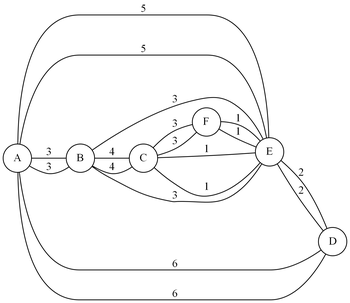
The Graphviz diagram [EDD]Proyecto_2/Rutas.png in SevenPok/Proyecto_2_EDD, before a commit. Its source is kept beside it as [EDD]Proyecto_2/Rutas.dot.
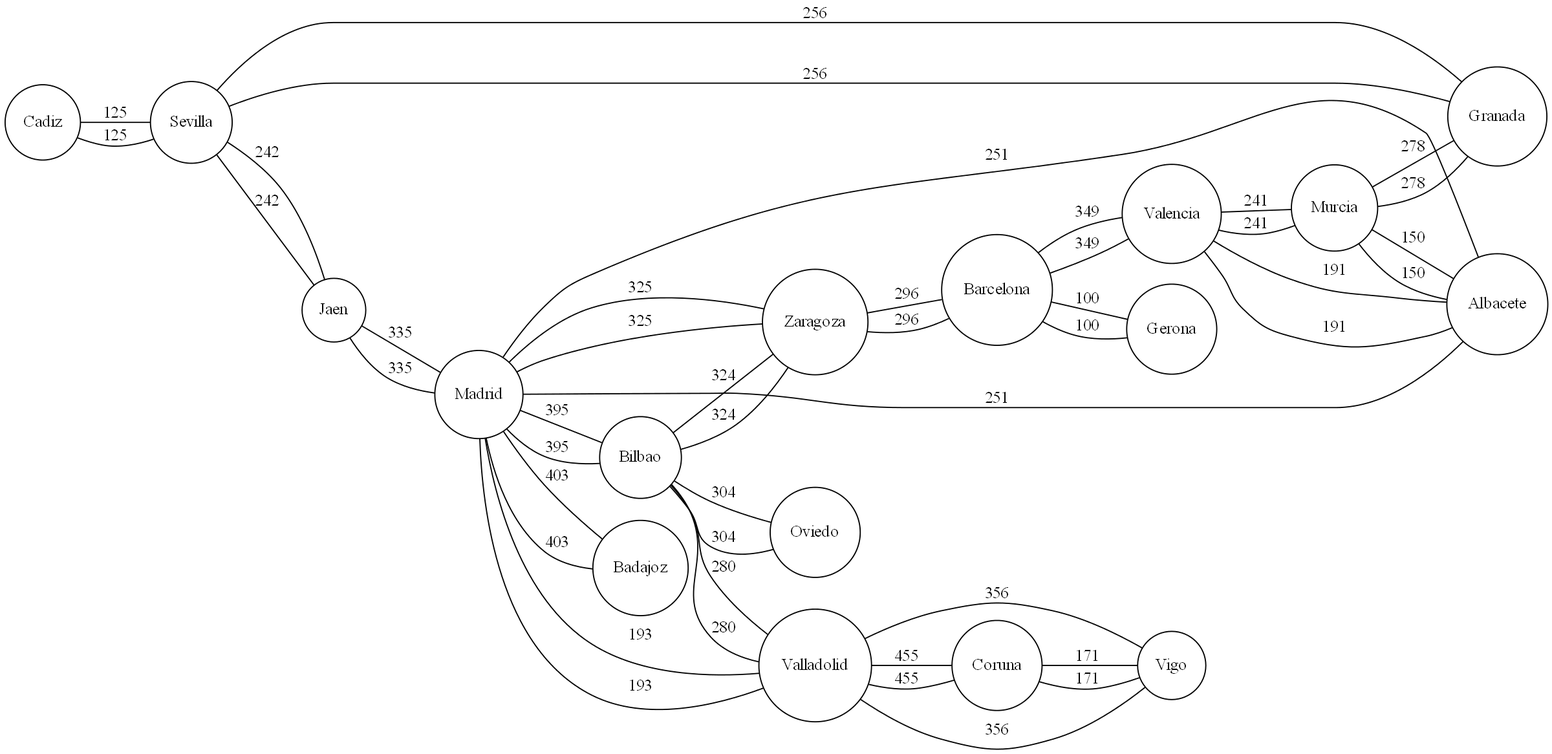
After the commit.

What changed in the source:
```diff
@@ -3,30 +3,67 @@
 graph [ dpi = 300 ];
 rankdir=LR size="8,5"
 	node [shape=circle]
-"A"
-"A"->"B"[dir=none label="3"]
-"A"->"D"[dir=none label="6"]
-"A"->"E"[dir=none label="5"]
-"B"
-"B"->"A"[dir=none label="3"]
-"B"->"C"[dir=none label="4"]
-"B"->"E"[dir=none label="3"]
-"D"
-"D"->"A"[dir=none label="6"]
-"D"->"E"[dir=none label="2"]
-"E"
-"E"->"A"[dir=none label="5"]
-"E"->"B"[dir=none label="3"]
-"E"->"C"[dir=none label="1"]
-"E"->"F"[dir=none label="1"]
-"E"->"D"[dir=none label="2"]
-"C"
-"C"->"B"[dir=none label="4"]
-"C"->"F"[dir=none label="3"]
-"C"->"E"[dir=none label="1"]
-"F"
-"F"->"C"[dir=none label="3"]
-"F"->"E"[dir=none label="1"]
+"Cadiz"
+"Cadiz"->"Sevilla"[dir=none label="125"]
+"Sevilla"
+"Sevilla"->"Cadiz"[dir=none label="125"]
+"Sevilla"->"Granada"[dir=none label="256"]
+"Sevilla"->"Jaen"[dir=none label="242"]
+"Granada"
+"Granada"->"Sevilla"[dir=none label="256"]
+"Granada"->"Murcia"[dir=none label="278"]
+"Jaen"
+"Jaen"->"Sevilla"[dir=none label="242"]
+"Jaen"->"Madrid"[dir=none label="335"]
+"Murcia"
+"Murcia"->"Granada"[dir=none label="278"]
+"Murcia"->"Valencia"[dir=none label="241"]
+"Murcia"->"Albacete"[dir=none label="150"]
+"Madrid"
+"Madrid"->"Jaen"[dir=none label="335"]
+"Madrid"->"Albacete"[dir=none label="251"]
+"Madrid"->"Zaragoza"[dir=none label="325"]
+"Madrid"->"Badajoz"[dir=none label="403"]
+"Madrid"->"Valladolid"[dir=none label="193"]
+"Madrid"->"Bilbao"[dir=none label="395"]
+"Valencia"
+"Valencia"->"Murcia"[dir=none label="241"]
+"Valencia"->"Albacete"[dir=none label="191"]
+"Valencia"->"Barcelona"[dir=none label="349"]
+"Albacete"
+"Albacete"->"Murcia"[dir=none label="150"]
+"Albacete"->"Valencia"[dir=none label="191"]
+"Albacete"->"Madrid"[dir=none label="251"]
+"Barcelona"
+"Barcelona"->"Valencia"[dir=none label="349"]
+"Barcelona"->"Gerona"[dir=none label="100"]
+"Barcelona"->"Zaragoza"[dir=none label="296"]
+"Gerona"
+"Gerona"->"Barcelona"[dir=none label="100"]
+"Zaragoza"
+"Zaragoza"->"Barcelona"[dir=none label="296"]
+"Zaragoza"->"Madrid"[dir=none label="325"]
+"Zaragoza"->"Bilbao"[dir=none label="324"]
+"Badajoz"
+"Badajoz"->"Madrid"[dir=none label="403"]
+"Valladolid"
+"Valladolid"->"Madrid"[dir=none label="193"]
+"Valladolid"->"Vigo"[dir=none label="356"]
+"Valladolid"->"Coruna"[dir=none label="455"]
+"Valladolid"->"Bilbao"[dir=none label="280"]
+"Vigo"
+"Vigo"->"Valladolid"[dir=none label="356"]
+"Vigo"->"Coruna"[dir=none label="171"]
+"Coruna"
+"Coruna"->"Valladolid"[dir=none label="455"]
+"Coruna"->"Vigo"[dir=none label="171"]
+"Bilbao"
+"Bilbao"->"Valladolid"[dir=none label="280"]
+"Bilbao"->"Madrid"[dir=none label="395"]
+"Bilbao"->"Zaragoza"[dir=none label="324"]
+"Bilbao"->"Oviedo"[dir=none label="304"]
+"Oviedo"
+"Oviedo"->"Bilbao"[dir=none label="304"]
 
 
 }
```
